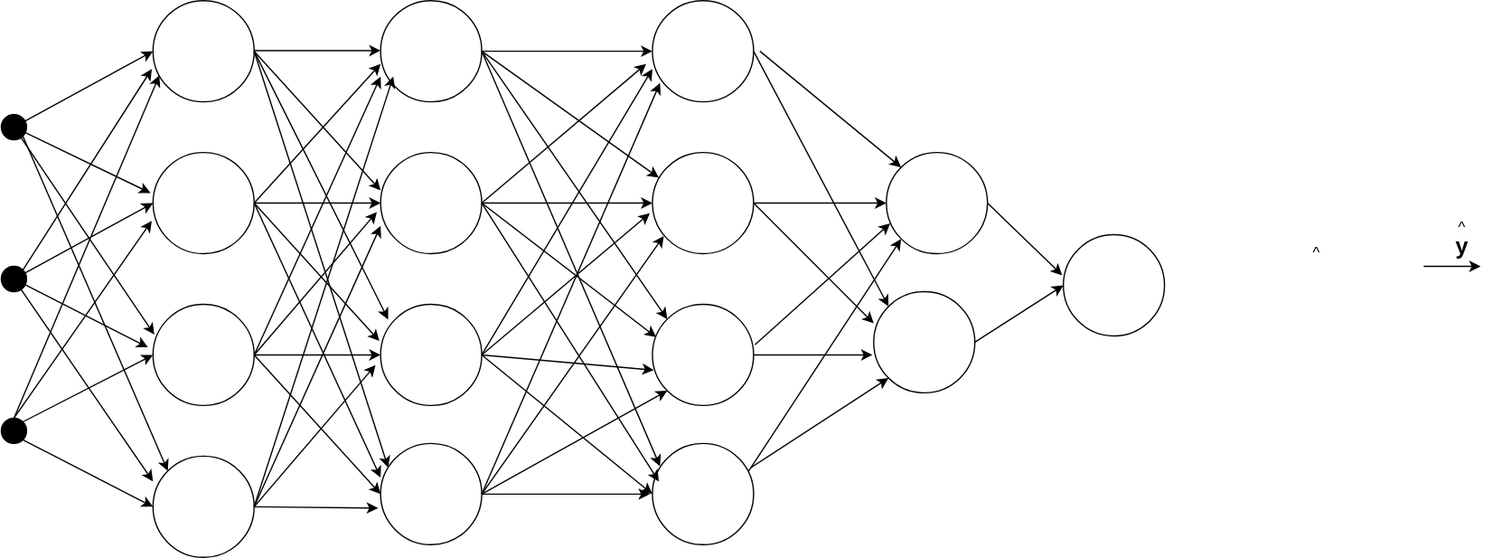
Before: assets/images/neural-networks/deep-neural-network.svg, a diagram exported from draw.io (ronen567/just-the-docs). Source tidied: cells renumbered, new cells last; positions are measured from the earlier drawing's top-left corner, leaving out a move shared by most shapes. The source it was exported from:
```xml
<mxGraphModel>
  <root>
    <mxCell id="0" />
    <mxCell id="1" parent="0" />
    <mxCell id="2" style="ellipse;whiteSpace=wrap;html=1;" parent="1" vertex="1">
      <mxGeometry x="300" width="80" height="80" as="geometry" />
    </mxCell>
    <mxCell id="3" style="ellipse;whiteSpace=wrap;html=1;" parent="1" vertex="1">
      <mxGeometry x="300" y="120" width="80" height="80" as="geometry" />
    </mxCell>
    <mxCell id="4" style="ellipse;whiteSpace=wrap;html=1;" parent="1" vertex="1">
      <mxGeometry x="300" y="240" width="80" height="80" as="geometry" />
    </mxCell>
    <mxCell id="5" style="ellipse;whiteSpace=wrap;html=1;" parent="1" vertex="1">
      <mxGeometry x="300" y="350" width="80" height="80" as="geometry" />
    </mxCell>
    <mxCell id="6" style="ellipse;whiteSpace=wrap;html=1;" parent="1" vertex="1">
      <mxGeometry x="515" width="80" height="80" as="geometry" />
    </mxCell>
    <mxCell id="7" style="ellipse;whiteSpace=wrap;html=1;" parent="1" vertex="1">
      <mxGeometry x="515" y="120" width="80" height="80" as="geometry" />
    </mxCell>
    <mxCell id="8" style="ellipse;whiteSpace=wrap;html=1;" parent="1" vertex="1">
      <mxGeometry x="515" y="240" width="80" height="80" as="geometry" />
    </mxCell>
    <mxCell id="9" style="ellipse;whiteSpace=wrap;html=1;" parent="1" vertex="1">
      <mxGeometry x="515" y="350" width="80" height="80" as="geometry" />
    </mxCell>
    <mxCell id="10" style="ellipse;whiteSpace=wrap;html=1;" parent="1" vertex="1">
      <mxGeometry x="690" y="230" width="80" height="80" as="geometry" />
    </mxCell>
    <mxCell id="11" style="endArrow=classic;html=1;exitX=1;exitY=0.5;exitDx=0;exitDy=0;entryX=0;entryY=0.5;entryDx=0;entryDy=0;" parent="1" edge="1" source="2" target="6">
      <mxGeometry relative="1" as="geometry" />
    </mxCell>
    <mxCell id="12" style="endArrow=classic;html=1;exitX=1;exitY=0.5;exitDx=0;exitDy=0;entryX=0.063;entryY=0.25;entryDx=0;entryDy=0;entryPerimeter=0;" parent="1" edge="1" source="2" target="7">
      <mxGeometry relative="1" as="geometry" />
    </mxCell>
    <mxCell id="13" style="endArrow=classic;html=1;exitX=1;exitY=0.5;exitDx=0;exitDy=0;entryX=0;entryY=0;entryDx=0;entryDy=0;" parent="1" edge="1" source="2" target="8">
      <mxGeometry relative="1" as="geometry" />
    </mxCell>
    <mxCell id="14" style="endArrow=classic;html=1;exitX=1;exitY=0.5;exitDx=0;exitDy=0;entryX=0.075;entryY=0.225;entryDx=0;entryDy=0;entryPerimeter=0;" parent="1" edge="1" source="2" target="9">
      <mxGeometry relative="1" as="geometry" />
    </mxCell>
    <mxCell id="15" style="endArrow=classic;html=1;exitX=1;exitY=0.5;exitDx=0;exitDy=0;" parent="1" edge="1" source="3">
      <mxGeometry relative="1" as="geometry">
        <mxPoint x="510" y="50" as="targetPoint" />
      </mxGeometry>
    </mxCell>
    <mxCell id="16" style="endArrow=classic;html=1;entryX=0;entryY=0.5;entryDx=0;entryDy=0;" parent="1" edge="1" target="7">
      <mxGeometry relative="1" as="geometry">
        <mxPoint x="380" y="160" as="sourcePoint" />
      </mxGeometry>
    </mxCell>
    <mxCell id="17" style="endArrow=classic;html=1;exitX=1;exitY=0.5;exitDx=0;exitDy=0;" parent="1" edge="1" source="3">
      <mxGeometry relative="1" as="geometry">
        <mxPoint x="518" y="266" as="targetPoint" />
      </mxGeometry>
    </mxCell>
    <mxCell id="18" style="endArrow=classic;html=1;exitX=1;exitY=0.5;exitDx=0;exitDy=0;entryX=0.013;entryY=0.65;entryDx=0;entryDy=0;entryPerimeter=0;" parent="1" edge="1" source="4" target="8">
      <mxGeometry relative="1" as="geometry" />
    </mxCell>
    <mxCell id="19" style="endArrow=classic;html=1;exitX=1;exitY=0.5;exitDx=0;exitDy=0;entryX=0.063;entryY=0.375;entryDx=0;entryDy=0;entryPerimeter=0;" parent="1" edge="1" source="3" target="9">
      <mxGeometry relative="1" as="geometry" />
    </mxCell>
    <mxCell id="20" style="endArrow=classic;html=1;entryX=0;entryY=0.5;entryDx=0;entryDy=0;exitX=1;exitY=0.5;exitDx=0;exitDy=0;" parent="1" edge="1" source="4" target="9">
      <mxGeometry relative="1" as="geometry" />
    </mxCell>
    <mxCell id="21" style="endArrow=classic;html=1;exitX=1;exitY=0.5;exitDx=0;exitDy=0;" parent="1" edge="1" source="5">
      <mxGeometry relative="1" as="geometry">
        <mxPoint x="513" y="390" as="targetPoint" />
      </mxGeometry>
    </mxCell>
    <mxCell id="22" style="endArrow=classic;html=1;exitX=1;exitY=0.5;exitDx=0;exitDy=0;entryX=-0.025;entryY=0.6;entryDx=0;entryDy=0;entryPerimeter=0;" parent="1" edge="1" source="4" target="7">
      <mxGeometry relative="1" as="geometry" />
    </mxCell>
    <mxCell id="23" style="endArrow=classic;html=1;exitX=1;exitY=0.5;exitDx=0;exitDy=0;entryX=0;entryY=0.675;entryDx=0;entryDy=0;entryPerimeter=0;" parent="1" edge="1" source="4" target="6">
      <mxGeometry relative="1" as="geometry" />
    </mxCell>
    <mxCell id="24" style="endArrow=classic;html=1;exitX=1;exitY=0.5;exitDx=0;exitDy=0;entryX=0;entryY=1;entryDx=0;entryDy=0;" parent="1" edge="1" source="5" target="8">
      <mxGeometry relative="1" as="geometry" />
    </mxCell>
    <mxCell id="25" style="endArrow=classic;html=1;entryX=1.08;entryY=0.367;entryDx=0;entryDy=0;entryPerimeter=0;exitX=1;exitY=0.5;exitDx=0;exitDy=0;" parent="1" edge="1" source="5">
      <mxGeometry relative="1" as="geometry">
        <mxPoint x="524" y="186" as="targetPoint" />
      </mxGeometry>
    </mxCell>
    <mxCell id="26" style="endArrow=classic;html=1;exitX=1;exitY=0.5;exitDx=0;exitDy=0;entryX=0.075;entryY=0.813;entryDx=0;entryDy=0;entryPerimeter=0;" parent="1" edge="1" source="5" target="6">
      <mxGeometry relative="1" as="geometry" />
    </mxCell>
    <mxCell id="27" style="endArrow=classic;html=1;exitX=1;exitY=0.5;exitDx=0;exitDy=0;entryX=0;entryY=0;entryDx=0;entryDy=0;" parent="1" edge="1" source="6" target="10">
      <mxGeometry relative="1" as="geometry" />
    </mxCell>
    <mxCell id="28" style="endArrow=classic;html=1;exitX=1;exitY=0.5;exitDx=0;exitDy=0;entryX=0;entryY=0.313;entryDx=0;entryDy=0;entryPerimeter=0;" parent="1" edge="1" source="7" target="10">
      <mxGeometry relative="1" as="geometry" />
    </mxCell>
    <mxCell id="29" style="endArrow=classic;html=1;exitX=1;exitY=0.5;exitDx=0;exitDy=0;entryX=-0.012;entryY=0.625;entryDx=0;entryDy=0;entryPerimeter=0;" parent="1" edge="1" source="8" target="10">
      <mxGeometry relative="1" as="geometry" />
    </mxCell>
    <mxCell id="30" style="endArrow=classic;html=1;exitX=0.975;exitY=0.238;exitDx=0;exitDy=0;entryX=0;entryY=1;entryDx=0;entryDy=0;exitPerimeter=0;" parent="1" edge="1" source="9" target="10">
      <mxGeometry relative="1" as="geometry" />
    </mxCell>
    <mxCell id="31" style="endArrow=classic;html=1;exitX=1;exitY=0.5;exitDx=0;exitDy=0;" parent="1" edge="1">
      <mxGeometry relative="1" as="geometry">
        <mxPoint x="1125" y="210" as="sourcePoint" />
        <mxPoint x="1170" y="210" as="targetPoint" />
      </mxGeometry>
    </mxCell>
    <mxCell id="32" value="&lt;font style=&quot;font-size: 18px&quot;&gt;&lt;b&gt;y&lt;/b&gt;&lt;/font&gt;" style="text;html=1;align=center;verticalAlign=middle;" parent="1" vertex="1">
      <mxGeometry x="1140" y="185" width="30" height="20" as="geometry" />
    </mxCell>
    <mxCell id="33" value="^" style="text;html=1;align=center;verticalAlign=middle;" parent="1" vertex="1">
      <mxGeometry x="1030" y="190" width="20" height="20" as="geometry" />
    </mxCell>
    <mxCell id="34" value="^" style="text;html=1;align=center;verticalAlign=middle;" parent="1" vertex="1">
      <mxGeometry x="1145" y="170" width="20" height="20" as="geometry" />
    </mxCell>
    <mxCell id="35" style="ellipse;whiteSpace=wrap;html=1;" parent="1" vertex="1">
      <mxGeometry x="700" y="120" width="80" height="80" as="geometry" />
    </mxCell>
    <mxCell id="36" style="ellipse;whiteSpace=wrap;html=1;" parent="1" vertex="1">
      <mxGeometry x="840" y="185" width="80" height="80" as="geometry" />
    </mxCell>
    <mxCell id="37" style="ellipse;whiteSpace=wrap;html=1;" parent="1" vertex="1">
      <mxGeometry x="120" width="80" height="80" as="geometry" />
    </mxCell>
    <mxCell id="38" style="ellipse;whiteSpace=wrap;html=1;" parent="1" vertex="1">
      <mxGeometry x="120" y="120" width="80" height="80" as="geometry" />
    </mxCell>
    <mxCell id="39" style="ellipse;whiteSpace=wrap;html=1;" parent="1" vertex="1">
      <mxGeometry x="120" y="240" width="80" height="80" as="geometry" />
    </mxCell>
    <mxCell id="40" style="ellipse;whiteSpace=wrap;html=1;" parent="1" vertex="1">
      <mxGeometry x="120" y="360" width="80" height="80" as="geometry" />
    </mxCell>
    <mxCell id="41" style="endArrow=classic;html=1;exitX=0.95;exitY=0.275;exitDx=0;exitDy=0;exitPerimeter=0;entryX=0;entryY=1;entryDx=0;entryDy=0;" parent="1" edge="1" source="9" target="35">
      <mxGeometry relative="1" as="geometry" />
    </mxCell>
    <mxCell id="42" style="endArrow=classic;html=1;exitX=1.013;exitY=0.4;exitDx=0;exitDy=0;exitPerimeter=0;entryX=0.038;entryY=0.7;entryDx=0;entryDy=0;entryPerimeter=0;" parent="1" edge="1" source="8" target="35">
      <mxGeometry relative="1" as="geometry" />
    </mxCell>
    <mxCell id="43" style="endArrow=classic;html=1;exitX=1;exitY=0.5;exitDx=0;exitDy=0;entryX=0;entryY=0.5;entryDx=0;entryDy=0;" parent="1" edge="1" source="7" target="35">
      <mxGeometry relative="1" as="geometry" />
    </mxCell>
    <mxCell id="44" style="endArrow=classic;html=1;entryX=0;entryY=0;entryDx=0;entryDy=0;" parent="1" edge="1" target="35">
      <mxGeometry relative="1" as="geometry">
        <mxPoint x="600" y="40" as="sourcePoint" />
      </mxGeometry>
    </mxCell>
    <mxCell id="45" style="endArrow=classic;html=1;exitX=1;exitY=0.5;exitDx=0;exitDy=0;entryX=0;entryY=0.5;entryDx=0;entryDy=0;" parent="1" edge="1" source="10" target="36">
      <mxGeometry relative="1" as="geometry" />
    </mxCell>
    <mxCell id="46" style="endArrow=classic;html=1;exitX=1;exitY=0.5;exitDx=0;exitDy=0;entryX=-0.012;entryY=0.4;entryDx=0;entryDy=0;entryPerimeter=0;" parent="1" edge="1" source="35" target="36">
      <mxGeometry relative="1" as="geometry" />
    </mxCell>
    <mxCell id="47" style="endArrow=classic;html=1;exitX=1;exitY=0.5;exitDx=0;exitDy=0;entryX=-0.025;entryY=0.638;entryDx=0;entryDy=0;entryPerimeter=0;" parent="1" edge="1" source="40" target="5">
      <mxGeometry relative="1" as="geometry" />
    </mxCell>
    <mxCell id="48" style="endArrow=classic;html=1;exitX=1;exitY=0.5;exitDx=0;exitDy=0;entryX=0;entryY=0.5;entryDx=0;entryDy=0;" parent="1" edge="1" source="39" target="5">
      <mxGeometry relative="1" as="geometry" />
    </mxCell>
    <mxCell id="49" style="endArrow=classic;html=1;exitX=1;exitY=0.5;exitDx=0;exitDy=0;entryX=0;entryY=0.338;entryDx=0;entryDy=0;entryPerimeter=0;" parent="1" edge="1" source="38" target="5">
      <mxGeometry relative="1" as="geometry" />
    </mxCell>
    <mxCell id="50" style="endArrow=classic;html=1;exitX=1;exitY=0.5;exitDx=0;exitDy=0;entryX=0.075;entryY=0.238;entryDx=0;entryDy=0;entryPerimeter=0;" parent="1" edge="1" source="37" target="5">
      <mxGeometry relative="1" as="geometry" />
    </mxCell>
    <mxCell id="51" style="endArrow=classic;html=1;exitX=1;exitY=0.5;exitDx=0;exitDy=0;entryX=0;entryY=0.5;entryDx=0;entryDy=0;" parent="1" edge="1" source="39" target="4">
      <mxGeometry relative="1" as="geometry" />
    </mxCell>
    <mxCell id="52" style="endArrow=classic;html=1;exitX=1;exitY=0.5;exitDx=0;exitDy=0;entryX=-0.037;entryY=0.588;entryDx=0;entryDy=0;entryPerimeter=0;" parent="1" edge="1" source="39" target="3">
      <mxGeometry relative="1" as="geometry" />
    </mxCell>
    <mxCell id="53" style="endArrow=classic;html=1;" parent="1" edge="1">
      <mxGeometry relative="1" as="geometry">
        <mxPoint x="200" y="280" as="sourcePoint" />
        <mxPoint x="300" y="60" as="targetPoint" />
      </mxGeometry>
    </mxCell>
    <mxCell id="54" style="endArrow=classic;html=1;entryX=0;entryY=0.5;entryDx=0;entryDy=0;" parent="1" edge="1" target="3">
      <mxGeometry relative="1" as="geometry">
        <mxPoint x="200" y="160" as="sourcePoint" />
      </mxGeometry>
    </mxCell>
    <mxCell id="55" style="endArrow=classic;html=1;exitX=1;exitY=0.5;exitDx=0;exitDy=0;" parent="1" edge="1" source="38">
      <mxGeometry relative="1" as="geometry">
        <mxPoint x="300" y="50" as="targetPoint" />
      </mxGeometry>
    </mxCell>
    <mxCell id="56" style="endArrow=classic;html=1;exitX=1;exitY=0.5;exitDx=0;exitDy=0;entryX=-0.05;entryY=0.6;entryDx=0;entryDy=0;entryPerimeter=0;" parent="1" edge="1" source="40" target="4">
      <mxGeometry relative="1" as="geometry" />
    </mxCell>
    <mxCell id="57" style="endArrow=classic;html=1;entryX=-0.012;entryY=0.363;entryDx=0;entryDy=0;entryPerimeter=0;" parent="1" edge="1" target="4">
      <mxGeometry relative="1" as="geometry">
        <mxPoint x="200" y="160" as="sourcePoint" />
      </mxGeometry>
    </mxCell>
    <mxCell id="58" style="endArrow=classic;html=1;entryX=0;entryY=0.375;entryDx=0;entryDy=0;entryPerimeter=0;" parent="1" edge="1" target="3">
      <mxGeometry relative="1" as="geometry">
        <mxPoint x="200" y="40" as="sourcePoint" />
      </mxGeometry>
    </mxCell>
    <mxCell id="59" style="endArrow=classic;html=1;exitX=1;exitY=0.5;exitDx=0;exitDy=0;entryX=0;entryY=0.725;entryDx=0;entryDy=0;entryPerimeter=0;" parent="1" edge="1" source="40" target="3">
      <mxGeometry relative="1" as="geometry" />
    </mxCell>
    <mxCell id="60" style="endArrow=classic;html=1;" parent="1" edge="1">
      <mxGeometry relative="1" as="geometry">
        <mxPoint x="200" y="39.5" as="sourcePoint" />
        <mxPoint x="300" y="39.5" as="targetPoint" />
      </mxGeometry>
    </mxCell>
    <mxCell id="61" style="ellipse;whiteSpace=wrap;html=1;fillColor=#000000;" parent="1" vertex="1">
      <mxGeometry y="90" width="20" height="20" as="geometry" />
    </mxCell>
    <mxCell id="62" style="ellipse;whiteSpace=wrap;html=1;fillColor=#000000;" parent="1" vertex="1">
      <mxGeometry y="210" width="20" height="20" as="geometry" />
    </mxCell>
    <mxCell id="63" style="ellipse;whiteSpace=wrap;html=1;fillColor=#000000;" parent="1" vertex="1">
      <mxGeometry y="330" width="20" height="20" as="geometry" />
    </mxCell>
    <mxCell id="64" style="endArrow=classic;html=1;entryX=0;entryY=0.5;entryDx=0;entryDy=0;exitX=1;exitY=1;exitDx=0;exitDy=0;" parent="1" edge="1" source="63" target="40">
      <mxGeometry relative="1" as="geometry" />
    </mxCell>
    <mxCell id="65" style="endArrow=classic;html=1;exitX=1;exitY=0;exitDx=0;exitDy=0;entryX=0;entryY=0.5;entryDx=0;entryDy=0;" parent="1" edge="1" source="63" target="39">
      <mxGeometry relative="1" as="geometry" />
    </mxCell>
    <mxCell id="66" style="endArrow=classic;html=1;exitX=0.5;exitY=0;exitDx=0;exitDy=0;entryX=-0.012;entryY=0.675;entryDx=0;entryDy=0;entryPerimeter=0;" parent="1" edge="1" source="63" target="38">
      <mxGeometry relative="1" as="geometry" />
    </mxCell>
    <mxCell id="67" style="endArrow=classic;html=1;exitX=0.5;exitY=0;exitDx=0;exitDy=0;entryX=0.063;entryY=0.738;entryDx=0;entryDy=0;entryPerimeter=0;" parent="1" edge="1" source="63" target="37">
      <mxGeometry relative="1" as="geometry" />
    </mxCell>
    <mxCell id="68" style="endArrow=classic;html=1;entryX=0;entryY=0.25;entryDx=0;entryDy=0;entryPerimeter=0;" parent="1" edge="1" source="62" target="40">
      <mxGeometry relative="1" as="geometry" />
    </mxCell>
    <mxCell id="69" style="endArrow=classic;html=1;entryX=-0.05;entryY=0.425;entryDx=0;entryDy=0;entryPerimeter=0;" parent="1" edge="1" source="62" target="39">
      <mxGeometry relative="1" as="geometry" />
    </mxCell>
    <mxCell id="70" style="endArrow=classic;html=1;entryX=0;entryY=0.5;entryDx=0;entryDy=0;" parent="1" edge="1" source="62" target="38">
      <mxGeometry relative="1" as="geometry" />
    </mxCell>
    <mxCell id="71" style="endArrow=classic;html=1;entryX=-0.025;entryY=0.4;entryDx=0;entryDy=0;entryPerimeter=0;" parent="1" edge="1" source="61" target="38">
      <mxGeometry relative="1" as="geometry" />
    </mxCell>
    <mxCell id="72" style="endArrow=classic;html=1;exitX=1;exitY=0;exitDx=0;exitDy=0;entryX=-0.012;entryY=0.675;entryDx=0;entryDy=0;entryPerimeter=0;" parent="1" edge="1" source="62" target="37">
      <mxGeometry relative="1" as="geometry" />
    </mxCell>
    <mxCell id="73" style="endArrow=classic;html=1;exitX=1;exitY=1;exitDx=0;exitDy=0;entryX=0;entryY=0;entryDx=0;entryDy=0;" parent="1" edge="1" source="61" target="40">
      <mxGeometry relative="1" as="geometry" />
    </mxCell>
    <mxCell id="74" style="endArrow=classic;html=1;entryX=0.013;entryY=0.3;entryDx=0;entryDy=0;entryPerimeter=0;" parent="1" edge="1" source="61" target="39">
      <mxGeometry relative="1" as="geometry" />
    </mxCell>
    <mxCell id="75" style="endArrow=classic;html=1;entryX=0;entryY=0.5;entryDx=0;entryDy=0;" parent="1" edge="1" source="61" target="37">
      <mxGeometry relative="1" as="geometry" />
    </mxCell>
    <mxCell id="76" style="endArrow=classic;html=1;exitX=1;exitY=0.5;exitDx=0;exitDy=0;entryX=0.125;entryY=0.75;entryDx=0;entryDy=0;entryPerimeter=0;" parent="1" edge="1" source="40" target="2">
      <mxGeometry relative="1" as="geometry" />
    </mxCell>
    <mxCell id="77" style="endArrow=classic;html=1;entryX=0.075;entryY=0.15;entryDx=0;entryDy=0;entryPerimeter=0;" parent="1" edge="1" target="4">
      <mxGeometry relative="1" as="geometry">
        <mxPoint x="200" y="40" as="sourcePoint" />
      </mxGeometry>
    </mxCell>
  </root>
</mxGraphModel>
```
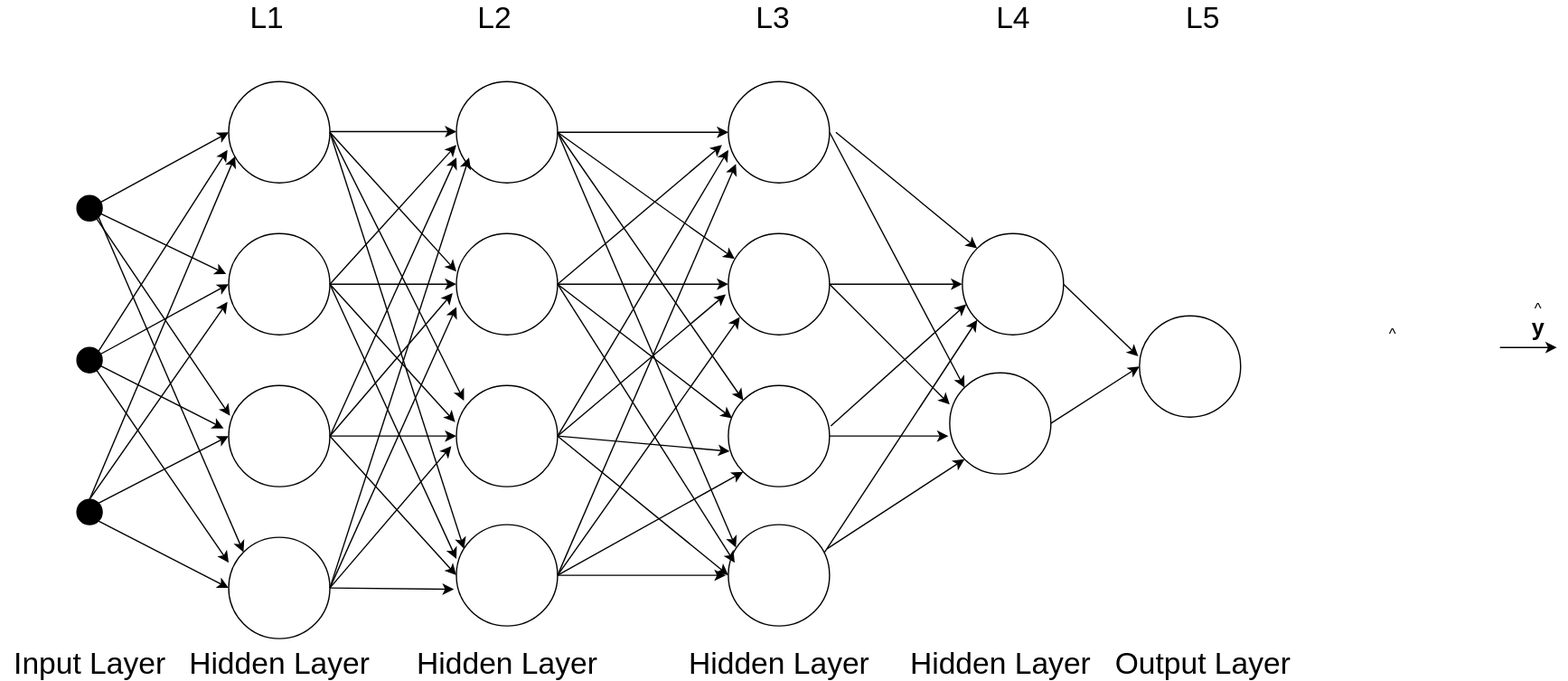
After the commit.

Diff of the diagram source:
```diff
@@ -261,5 +261,38 @@
         <mxPoint x="200" y="40" as="sourcePoint" />
       </mxGeometry>
     </mxCell>
+    <mxCell id="78" value="&lt;font style=&quot;font-size: 24px&quot;&gt;L1&lt;/font&gt;" style="text;html=1;align=center;verticalAlign=middle;" parent="1" vertex="1">
+      <mxGeometry x="130" y="-60" width="40" height="20" as="geometry" />
+    </mxCell>
+    <mxCell id="79" value="&lt;span style=&quot;font-size: 24px&quot;&gt;L2&lt;/span&gt;" style="text;html=1;align=center;verticalAlign=middle;" parent="1" vertex="1">
+      <mxGeometry x="310" y="-60" width="40" height="20" as="geometry" />
+    </mxCell>
+    <mxCell id="80" value="&lt;span style=&quot;font-size: 24px&quot;&gt;L3&lt;/span&gt;" style="text;html=1;align=center;verticalAlign=middle;" parent="1" vertex="1">
+      <mxGeometry x="530" y="-60" width="40" height="20" as="geometry" />
+    </mxCell>
+    <mxCell id="81" value="&lt;span style=&quot;font-size: 24px&quot;&gt;L4&lt;/span&gt;" style="text;html=1;align=center;verticalAlign=middle;" parent="1" vertex="1">
+      <mxGeometry x="720" y="-60" width="40" height="20" as="geometry" />
+    </mxCell>
+    <mxCell id="82" value="&lt;span style=&quot;font-size: 24px&quot;&gt;L5&lt;/span&gt;" style="text;html=1;align=center;verticalAlign=middle;" parent="1" vertex="1">
+      <mxGeometry x="870" y="-60" width="40" height="20" as="geometry" />
+    </mxCell>
+    <mxCell id="83" value="&lt;font style=&quot;font-size: 24px&quot;&gt;Hidden Layer&lt;/font&gt;" style="text;html=1;align=center;verticalAlign=middle;" parent="1" vertex="1">
+      <mxGeometry x="80" y="450" width="160" height="20" as="geometry" />
+    </mxCell>
+    <mxCell id="84" value="&lt;span style=&quot;font-size: 24px&quot;&gt;Hidden Layer&lt;/span&gt;" style="text;html=1;align=center;verticalAlign=middle;" parent="1" vertex="1">
+      <mxGeometry x="260" y="450" width="160" height="20" as="geometry" />
+    </mxCell>
+    <mxCell id="85" value="&lt;span style=&quot;font-size: 24px&quot;&gt;Hidden Layer&lt;/span&gt;" style="text;html=1;align=center;verticalAlign=middle;" parent="1" vertex="1">
+      <mxGeometry x="475" y="450" width="160" height="20" as="geometry" />
+    </mxCell>
+    <mxCell id="86" value="&lt;span style=&quot;font-size: 24px&quot;&gt;Hidden Layer&lt;/span&gt;" style="text;html=1;align=center;verticalAlign=middle;" parent="1" vertex="1">
+      <mxGeometry x="650" y="450" width="160" height="20" as="geometry" />
+    </mxCell>
+    <mxCell id="87" value="&lt;span style=&quot;font-size: 24px&quot;&gt;Output Layer&lt;/span&gt;" style="text;html=1;align=center;verticalAlign=middle;" parent="1" vertex="1">
+      <mxGeometry x="815" y="450" width="150" height="20" as="geometry" />
+    </mxCell>
+    <mxCell id="88" value="&lt;span style=&quot;font-size: 24px&quot;&gt;Input Layer&lt;/span&gt;" style="text;html=1;align=center;verticalAlign=middle;" parent="1" vertex="1">
+      <mxGeometry x="-60" y="450" width="140" height="20" as="geometry" />
+    </mxCell>
   </root>
 </mxGraphModel>
```
